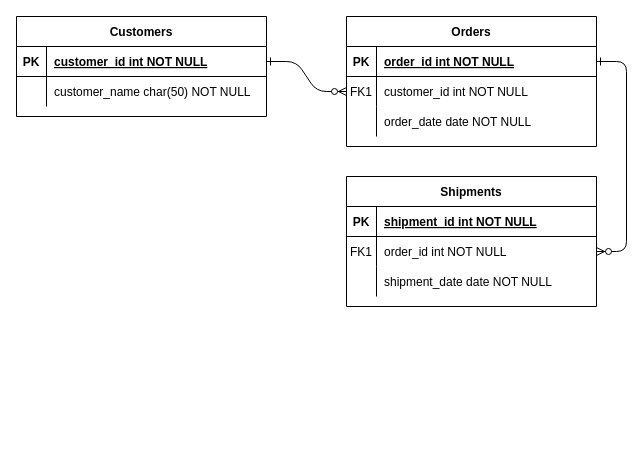
This is DER DB.drawio from Bassinii/TP-Cuatrimestral-Equipo23, a draw.io file, before an edit. Source tidied: cells renumbered, new cells numbered last; positions are measured from the earlier drawing's top-left corner, leaving out a move shared by most shapes. Both pictures are drawn from the tidied source at 100%, with x=0, y=0 at pixel (16, 16).
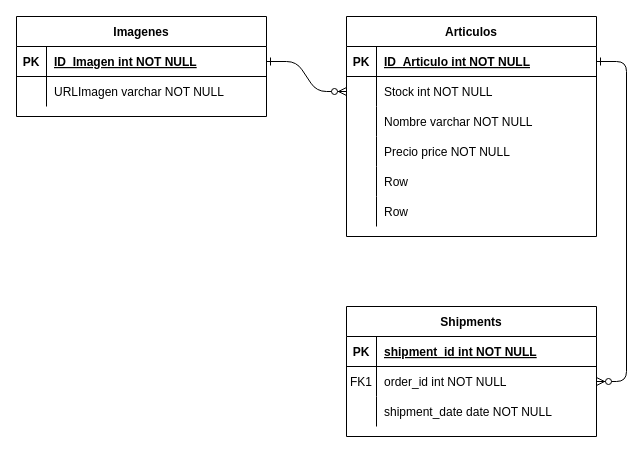
The same page after the edit.

The change refers to these unchanged cells:
```xml
<mxCell id="5" style="shape=partialRectangle;fillColor=none;points=[[0,0.5],[1,0.5]];portConstraint=eastwest;top=0;left=0;right=0;bottom=1;" parent="4" vertex="1">
  <mxGeometry y="30" width="250" height="30" as="geometry" />
</mxCell>
<mxCell id="8" style="shape=partialRectangle;fillColor=none;points=[[0,0.5],[1,0.5]];portConstraint=eastwest;top=0;left=0;right=0;bottom=0;" parent="4" vertex="1">
  <mxGeometry y="60" width="250" height="30" as="geometry" />
</mxCell>
<mxCell id="11" style="shape=partialRectangle;fillColor=none;top=0;left=0;right=0;bottom=0;" parent="4" vertex="1">
  <mxGeometry y="90" width="250" height="30" as="geometry" />
</mxCell>
<mxCell id="25" style="shape=partialRectangle;fillColor=none;points=[[0,0.5],[1,0.5]];portConstraint=eastwest;top=0;left=0;right=0;bottom=1;" parent="24" vertex="1">
  <mxGeometry y="30" width="250" height="30" as="geometry" />
</mxCell>
<mxCell id="28" style="shape=partialRectangle;fillColor=none;top=0;left=0;right=0;bottom=0;" parent="24" vertex="1">
  <mxGeometry y="60" width="250" height="30" as="geometry" />
</mxCell>
```

Change to the diagram source:
```diff
@@
-    <mxCell id="4" value="Orders" style="shape=table;startSize=30;childLayout=tableLayout;rowLines=0;fontStyle=1;align=center;" parent="1" vertex="1">
-      <mxGeometry x="330" width="250" height="130" as="geometry" />
+    <mxCell id="4" value="Articulos" style="shape=table;startSize=30;childLayout=tableLayout;rowLines=0;fontStyle=1;align=center;" parent="1" vertex="1">
+      <mxGeometry x="330" width="250" height="220" as="geometry" />
     </mxCell>
@@
-    <mxCell id="7" value="order_id int NOT NULL " style="shape=partialRectangle;overflow=hidden;fillColor=none;top=0;left=0;bottom=0;right=0;align=left;spacingLeft=6;fontStyle=5;" parent="5" vertex="1">
+    <mxCell id="7" value="ID_Articulo int NOT NULL" style="shape=partialRectangle;overflow=hidden;fillColor=none;top=0;left=0;bottom=0;right=0;align=left;spacingLeft=6;fontStyle=5;" parent="5" vertex="1">
       <mxGeometry x="30" width="220" height="30" as="geometry" />
     </mxCell>
@@
-    <mxCell id="9" value="FK1" style="shape=partialRectangle;overflow=hidden;fillColor=none;top=0;left=0;bottom=0;right=0;" parent="8" vertex="1">
+    <mxCell id="9" style="shape=partialRectangle;overflow=hidden;fillColor=none;top=0;left=0;bottom=0;right=0;" parent="8" vertex="1">
       <mxGeometry width="30" height="30" as="geometry" />
     </mxCell>
-    <mxCell id="10" value="customer_id int NOT NULL" style="shape=partialRectangle;overflow=hidden;fillColor=none;top=0;left=0;bottom=0;right=0;align=left;spacingLeft=6;" parent="8" vertex="1">
+    <mxCell id="10" value="Stock int NOT NULL" style="shape=partialRectangle;overflow=hidden;fillColor=none;top=0;left=0;bottom=0;right=0;align=left;spacingLeft=6;" parent="8" vertex="1">
       <mxGeometry x="30" width="220" height="30" as="geometry" />
     </mxCell>
@@
-    <mxCell id="13" value="order_date date NOT NULL" style="shape=partialRectangle;overflow=hidden;fillColor=none;top=0;left=0;bottom=0;right=0;align=left;spacingLeft=6;" parent="11" vertex="1">
+    <mxCell id="13" value="Nombre varchar NOT NULL" style="shape=partialRectangle;overflow=hidden;fillColor=none;top=0;left=0;bottom=0;right=0;align=left;spacingLeft=6;" parent="11" vertex="1">
       <mxGeometry x="30" width="220" height="30" as="geometry" />
     </mxCell>
+    <mxCell id="31" style="shape=tableRow;horizontal=0;startSize=0;swimlaneHead=0;swimlaneBody=0;fillColor=none;top=0;left=0;right=0;bottom=0;" parent="4" vertex="1">
+      <mxGeometry y="120" width="250" height="30" as="geometry" />
+    </mxCell>
+    <mxCell id="32" style="shape=partialRectangle;fillColor=none;top=0;left=0;bottom=0;right=0;overflow=hidden;" parent="31" vertex="1">
+      <mxGeometry width="30" height="30" as="geometry" />
+    </mxCell>
+    <mxCell id="33" value="Precio price NOT NULL" style="shape=partialRectangle;fillColor=none;top=0;left=0;bottom=0;right=0;align=left;spacingLeft=6;overflow=hidden;" parent="31" vertex="1">
+      <mxGeometry x="30" width="220" height="30" as="geometry" />
+    </mxCell>
+    <mxCell id="34" style="shape=tableRow;horizontal=0;startSize=0;swimlaneHead=0;swimlaneBody=0;fillColor=none;top=0;left=0;right=0;bottom=0;" parent="4" vertex="1">
+      <mxGeometry y="150" width="250" height="30" as="geometry" />
+    </mxCell>
+    <mxCell id="35" style="shape=partialRectangle;fillColor=none;top=0;left=0;bottom=0;right=0;overflow=hidden;" parent="34" vertex="1">
+      <mxGeometry width="30" height="30" as="geometry" />
+    </mxCell>
+    <mxCell id="36" value="Row" style="shape=partialRectangle;fillColor=none;top=0;left=0;bottom=0;right=0;align=left;spacingLeft=6;overflow=hidden;" parent="34" vertex="1">
+      <mxGeometry x="30" width="220" height="30" as="geometry" />
+    </mxCell>
+    <mxCell id="37" style="shape=tableRow;horizontal=0;startSize=0;swimlaneHead=0;swimlaneBody=0;fillColor=none;top=0;left=0;right=0;bottom=0;" parent="4" vertex="1">
+      <mxGeometry y="180" width="250" height="30" as="geometry" />
+    </mxCell>
+    <mxCell id="38" style="shape=partialRectangle;fillColor=none;top=0;left=0;bottom=0;right=0;overflow=hidden;" parent="37" vertex="1">
+      <mxGeometry width="30" height="30" as="geometry" />
+    </mxCell>
+    <mxCell id="39" value="Row" style="shape=partialRectangle;fillColor=none;top=0;left=0;bottom=0;right=0;align=left;spacingLeft=6;overflow=hidden;" parent="37" vertex="1">
+      <mxGeometry x="30" width="220" height="30" as="geometry" />
+    </mxCell>
     <mxCell id="14" value="Shipments" style="shape=table;startSize=30;childLayout=tableLayout;rowLines=0;fontStyle=1;align=center;" parent="1" vertex="1">
-      <mxGeometry x="330" y="160" width="250" height="130" as="geometry" />
+      <mxGeometry x="330" y="290" width="250" height="130" as="geometry" />
     </mxCell>
@@
-    <mxCell id="24" value="Customers" style="shape=table;startSize=30;childLayout=tableLayout;rowLines=0;fontStyle=1;align=center;" parent="1" vertex="1">
+    <mxCell id="24" value="Imagenes" style="shape=table;startSize=30;childLayout=tableLayout;rowLines=0;fontStyle=1;align=center;" parent="1" vertex="1">
       <mxGeometry width="250" height="100" as="geometry" />
     </mxCell>
@@
-    <mxCell id="27" value="customer_id int NOT NULL " style="shape=partialRectangle;overflow=hidden;fillColor=none;top=0;left=0;bottom=0;right=0;align=left;spacingLeft=6;fontStyle=5;" parent="25" vertex="1">
+    <mxCell id="27" value="ID_Imagen int NOT NULL" style="shape=partialRectangle;overflow=hidden;fillColor=none;top=0;left=0;bottom=0;right=0;align=left;spacingLeft=6;fontStyle=5;" parent="25" vertex="1">
       <mxGeometry x="30" width="220" height="30" as="geometry" />
     </mxCell>
@@
-    <mxCell id="30" value="customer_name char(50) NOT NULL" style="shape=partialRectangle;overflow=hidden;fillColor=none;top=0;left=0;bottom=0;right=0;align=left;spacingLeft=6;" parent="28" vertex="1">
+    <mxCell id="30" value="URLImagen varchar NOT NULL" style="shape=partialRectangle;overflow=hidden;fillColor=none;top=0;left=0;bottom=0;right=0;align=left;spacingLeft=6;" parent="28" vertex="1">
       <mxGeometry x="30" width="220" height="30" as="geometry" />
     </mxCell>
```
